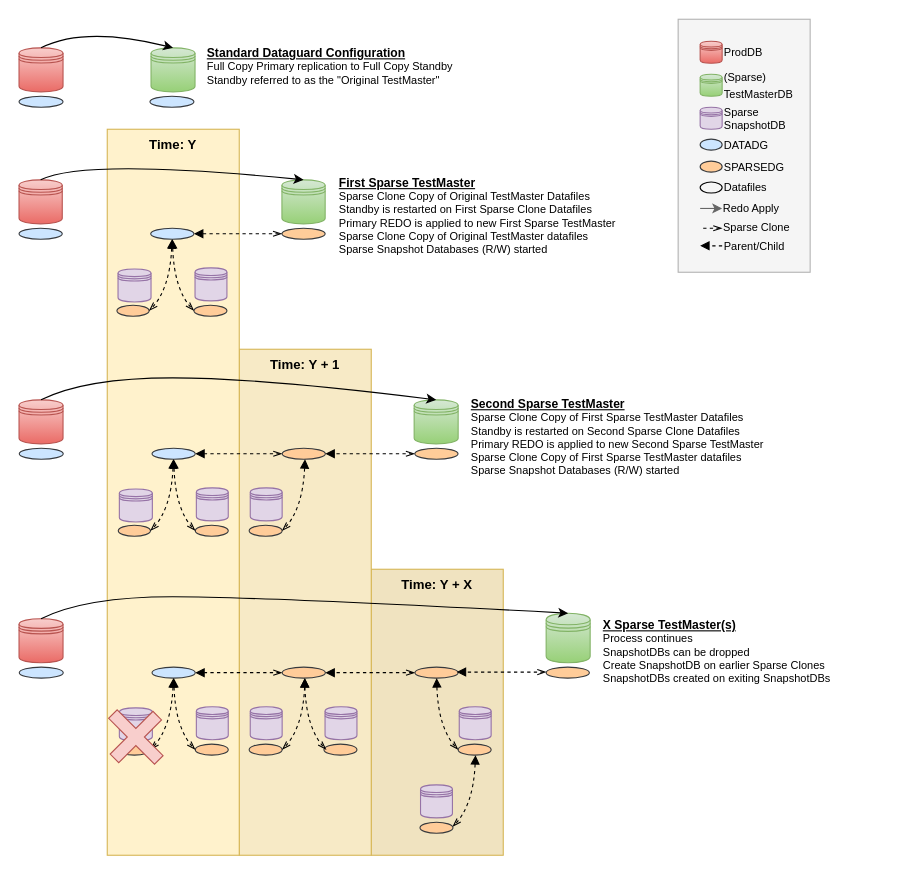
gotsysdba/exa-sparse-snapshot keeps this draw.io diagram as images/FullExaSparseSnapshot.drawio. Above is the earlier version. Source tidied: cells renumbered, new cells numbered last; positions are measured from the earlier drawing's top-left corner, leaving out a move shared by most shapes. Both pictures are drawn from the tidied source at 110%, with x=0, y=0 at pixel (19, 19).
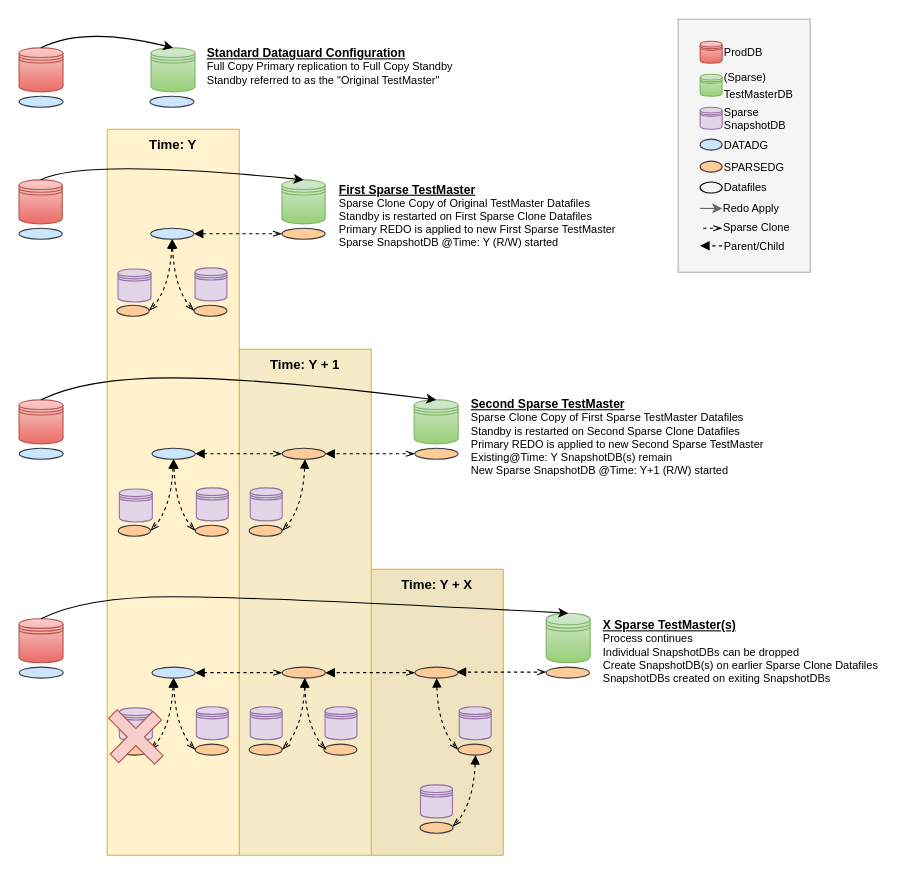
The same page after the edit.

Diff of the diagram source:
```diff
@@
-    <mxCell id="90" value="&lt;font style=&quot;font-size: 11px&quot;&gt;&lt;b&gt;&lt;u&gt;First Sparse TestMaster&lt;/u&gt;&lt;br&gt;&lt;/b&gt;&lt;/font&gt;Sparse Clone Copy of Original TestMaster Datafiles&lt;br&gt;Standby is restarted on First Sparse Clone Datafiles&lt;br&gt;Primary REDO is applied to new First Sparse TestMaster&lt;br&gt;Sparse Clone Copy of Original TestMaster datafiles&lt;br&gt;Sparse Snapshot Databases (R/W) started&amp;nbsp;" style="text;html=1;align=left;verticalAlign=middle;fillColor=none;strokeColor=none;rounded=0;labelBackgroundColor=none;fontSize=10;" parent="1" vertex="1">
-      <mxGeometry x="289" y="139" width="270" height="80" as="geometry" />
+    <mxCell id="90" value="&lt;font style=&quot;font-size: 11px&quot;&gt;&lt;b&gt;&lt;u&gt;First Sparse TestMaster&lt;/u&gt;&lt;br&gt;&lt;/b&gt;&lt;/font&gt;Sparse Clone Copy of Original TestMaster Datafiles&lt;br&gt;Standby is restarted on First Sparse Clone Datafiles&lt;br&gt;Primary REDO is applied to new First Sparse TestMaster&lt;br&gt;Sparse SnapshotDB @Time: Y (R/W) started&amp;nbsp;" style="text;html=1;align=left;verticalAlign=middle;fillColor=none;strokeColor=none;rounded=0;labelBackgroundColor=none;fontSize=10;" parent="1" vertex="1">
+      <mxGeometry x="289" y="144" width="270" height="70" as="geometry" />
     </mxCell>
-    <mxCell id="91" value="&lt;font style=&quot;font-size: 11px&quot;&gt;&lt;b&gt;&lt;u&gt;Second Sparse TestMaster&lt;/u&gt;&lt;br&gt;&lt;/b&gt;&lt;/font&gt;Sparse Clone Copy of First Sparse TestMaster Datafiles&lt;br&gt;Standby is restarted on Second Sparse Clone Datafiles&lt;br&gt;Primary REDO is applied to new Second Sparse TestMaster&lt;br&gt;Sparse Clone Copy of First Sparse TestMaster datafiles&lt;br&gt;Sparse Snapshot Databases (R/W) started&amp;nbsp;" style="text;html=1;align=left;verticalAlign=middle;fillColor=none;strokeColor=none;rounded=0;labelBackgroundColor=none;fontSize=10;" parent="1" vertex="1">
+    <mxCell id="91" value="&lt;font style=&quot;font-size: 11px&quot;&gt;&lt;b&gt;&lt;u&gt;Second Sparse TestMaster&lt;/u&gt;&lt;br&gt;&lt;/b&gt;&lt;/font&gt;Sparse Clone Copy of First Sparse TestMaster Datafiles&lt;br&gt;Standby is restarted on Second Sparse Clone Datafiles&lt;br&gt;Primary REDO is applied to new Second Sparse TestMaster&lt;br&gt;Existing@Time: Y&amp;nbsp;SnapshotDB(s) remain&lt;br&gt;New Sparse SnapshotDB @Time: Y+1 (R/W) started&amp;nbsp;" style="text;html=1;align=left;verticalAlign=middle;fillColor=none;strokeColor=none;rounded=0;labelBackgroundColor=none;fontSize=10;" parent="1" vertex="1">
       <mxGeometry x="409" y="340" width="280" height="80" as="geometry" />
     </mxCell>
-    <mxCell id="92" value="&lt;u style=&quot;font-size: 11px&quot;&gt;&lt;b&gt;X Sparse TestMaster(s)&lt;br&gt;&lt;/b&gt;&lt;/u&gt;Process continues&lt;br&gt;SnapshotDBs can be dropped&lt;br&gt;Create SnapshotDB on earlier Sparse Clones&lt;br&gt;SnapshotDBs created on exiting SnapshotDBs" style="text;html=1;align=left;verticalAlign=middle;strokeColor=none;fontSize=10;" parent="1" vertex="1">
-      <mxGeometry x="529" y="540" width="220" height="70" as="geometry" />
+    <mxCell id="92" value="&lt;u style=&quot;font-size: 11px&quot;&gt;&lt;b&gt;X Sparse TestMaster(s)&lt;br&gt;&lt;/b&gt;&lt;/u&gt;Process continues&lt;br&gt;Individual SnapshotDBs can be dropped&lt;br&gt;Create SnapshotDB(s) on earlier Sparse Clone Datafiles&lt;br&gt;SnapshotDBs created on exiting SnapshotDBs" style="text;html=1;align=left;verticalAlign=middle;strokeColor=none;fontSize=10;" parent="1" vertex="1">
+      <mxGeometry x="529" y="540" width="270" height="70" as="geometry" />
     </mxCell>
```
